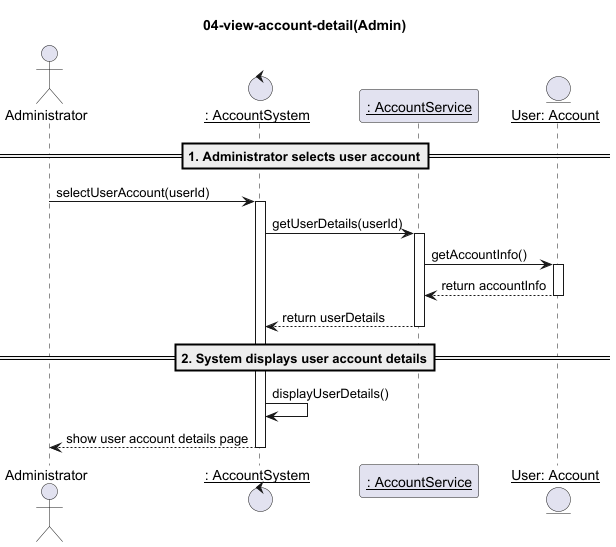
The PlantUML diagram 02-analysis/usecases/images/04-view-account-details(Admin).png in mrle0429/Event-Management-System, before a commit.
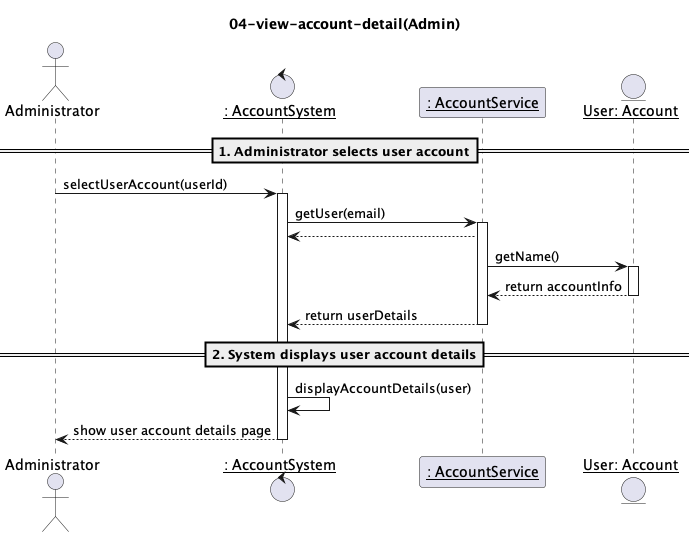
Above is the later version.

What changed in the source:
```diff
@@ -10,10 +10,11 @@
 a->c: selectUserAccount(userId)
 activate c
 
-c->s: getUserDetails(userId)
+c->s: getUser(email)
 activate s
+s --> c:
 
-s->u: getAccountInfo()
+s->u: getName()
 activate u
 u-->s: return accountInfo
 deactivate u
@@ -23,7 +24,7 @@
 
 ==2. System displays user account details==
 
-c->c: displayUserDetails()
+c->c: displayAccountDetails(user)
 c-->a: show user account details page
 
 deactivate c
```
